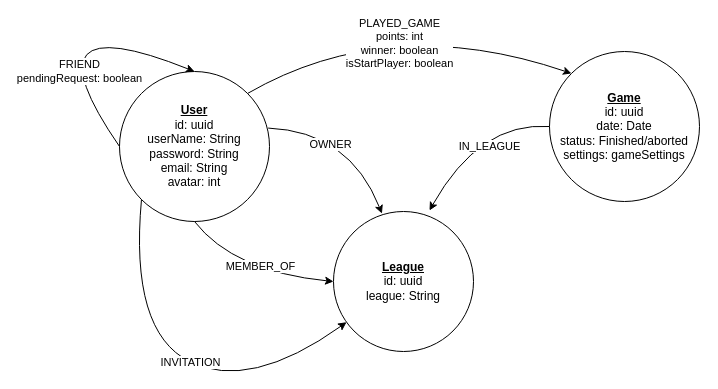
This is page "extended version" (2 of 2) of Database.drawio from BitLord69/SGFM2, a draw.io file, before an edit. Source tidied: cells renumbered, new cells numbered last; positions are measured from the earlier drawing's top-left corner, leaving out a move shared by most shapes. Both pictures are drawn from the tidied source at 100%, with x=0, y=0 at pixel (19, 1).
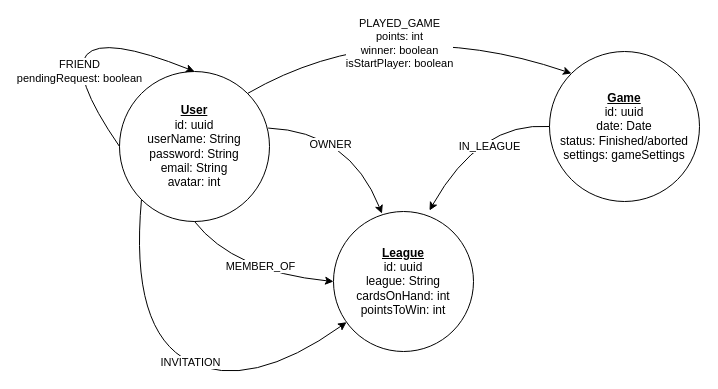
The same page after the edit.

Change to the diagram source:
```diff
@@
-    <mxCell id="6" value="&lt;u&gt;&lt;b&gt;League&lt;/b&gt;&lt;/u&gt;&lt;br&gt;id: uuid&lt;br&gt;league: String" style="ellipse;whiteSpace=wrap;html=1;" parent="1" vertex="1">
+    <mxCell id="6" value="&lt;u&gt;&lt;b&gt;League&lt;/b&gt;&lt;/u&gt;&lt;br&gt;id: uuid&lt;br&gt;league: String&lt;br&gt;cardsOnHand: int&lt;br&gt;pointsToWin: int" style="ellipse;whiteSpace=wrap;html=1;" parent="1" vertex="1">
       <mxGeometry x="314" y="210" width="140" height="140" as="geometry" />
     </mxCell>
```
